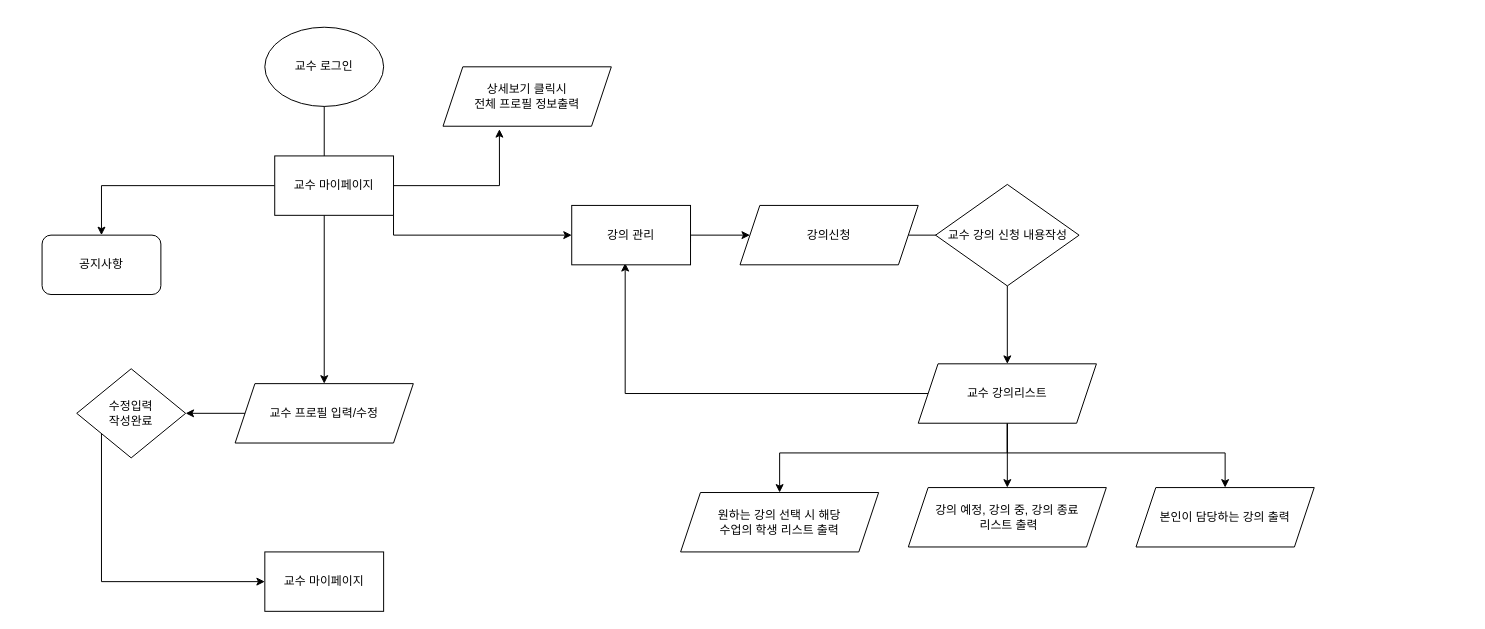
This is 제목 없는 다이어그램.drawio from zkti123/sql, a draw.io file, before an edit. Source tidied: cells renumbered, new cells numbered last; positions are measured from the earlier drawing's top-left corner, leaving out a move shared by most shapes. Both pictures are drawn from the tidied source at 99%, with x=0, y=0 at pixel (42, 27).
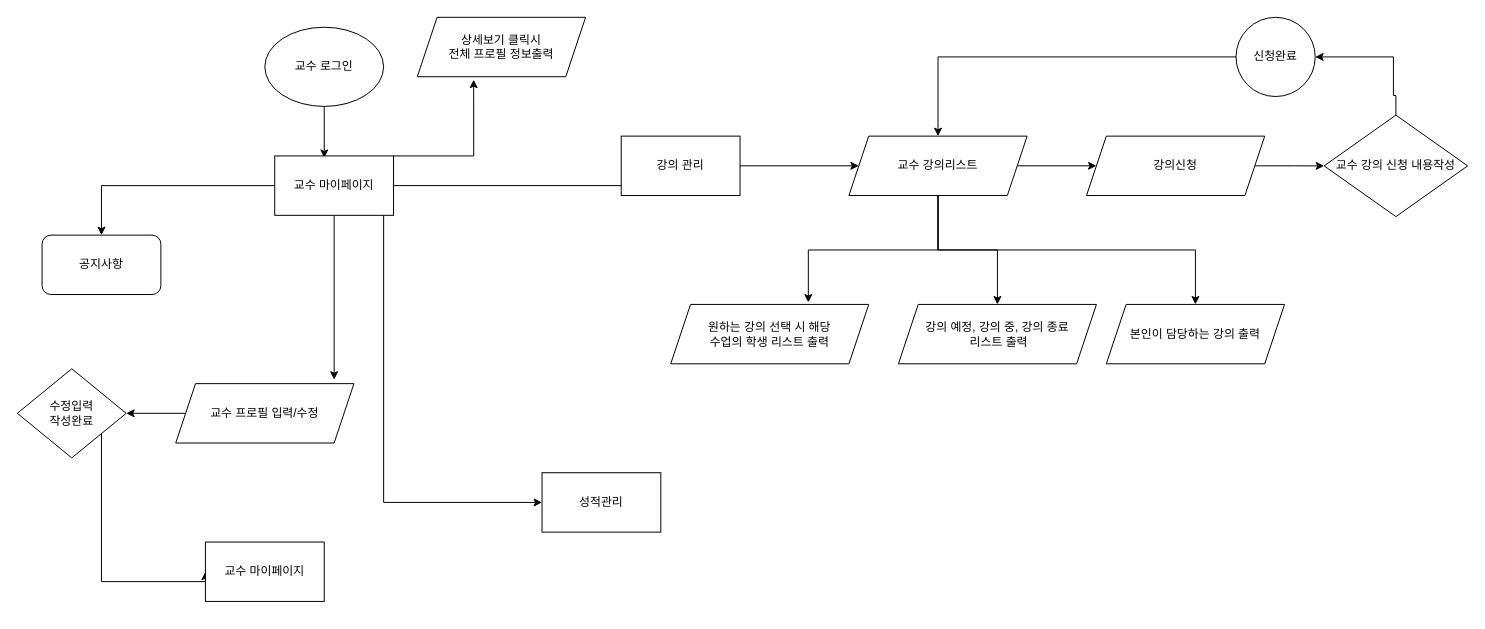
After the change.

Commit message:
제목 없는 다이어그램.drawio 업데이트

The change refers to these unchanged cells:
```xml
<mxCell id="2" value="교수 로그인" style="ellipse;whiteSpace=wrap;html=1;" parent="1" vertex="1">
  <mxGeometry x="225" width="120" height="80" as="geometry" />
</mxCell>
<mxCell id="8" value="교수 마이페이지" style="rounded=0;whiteSpace=wrap;html=1;" parent="1" vertex="1">
  <mxGeometry x="235" y="130" width="120" height="60" as="geometry" />
</mxCell>
```

The edit, as a diff of the source:
```diff
@@
+    <mxCell id="29" style="edgeStyle=orthogonalEdgeStyle;rounded=0;jettySize=auto;html=1;exitX=0.5;exitY=1;exitDx=0;exitDy=0;entryX=0.417;entryY=0.033;entryDx=0;entryDy=0;entryPerimeter=0;" parent="1" edge="1" source="2" target="8">
+      <mxGeometry relative="1" as="geometry" />
+    </mxCell>
@@
-    <mxCell id="3" style="edgeStyle=orthogonalEdgeStyle;rounded=0;jettySize=auto;html=1;exitX=0.5;exitY=1;exitDx=0;exitDy=0;exitPerimeter=0;entryX=0.5;entryY=0;entryDx=0;entryDy=0;" parent="1" edge="1" source="2" target="4">
-      <mxGeometry relative="1" as="geometry" />
-    </mxCell>
     <mxCell id="4" value="교수 프로필 입력/수정" style="shape=parallelogram;perimeter=parallelogramPerimeter;whiteSpace=wrap;html=1;fixedSize=1;" parent="1" vertex="1">
-      <mxGeometry x="195" y="360" width="180" height="60" as="geometry" />
+      <mxGeometry x="135" y="360" width="180" height="60" as="geometry" />
     </mxCell>
@@
     <mxCell id="6" style="edgeStyle=orthogonalEdgeStyle;rounded=0;jettySize=auto;html=1;exitX=1;exitY=0.5;exitDx=0;exitDy=0;entryX=0.335;entryY=1.05;entryDx=0;entryDy=0;entryPerimeter=0;" parent="1" edge="1" source="8" target="24">
-      <mxGeometry relative="1" as="geometry" />
+      <mxGeometry relative="1" as="geometry">
+        <Array as="points">
+          <mxPoint x="355" y="130" />
+          <mxPoint x="436" y="130" />
+        </Array>
+      </mxGeometry>
     </mxCell>
-    <mxCell id="7" style="edgeStyle=orthogonalEdgeStyle;rounded=0;jettySize=auto;html=1;entryX=0;entryY=0.5;entryDx=0;entryDy=0;" parent="1" edge="1" source="8" target="28">
-      <mxGeometry relative="1" as="geometry">
-        <Array as="points">
-          <mxPoint x="355" y="210" />
-        </Array>
-      </mxGeometry>
+    <mxCell id="7" style="edgeStyle=orthogonalEdgeStyle;rounded=0;jettySize=auto;html=1;entryX=0.083;entryY=0.833;entryDx=0;entryDy=0;entryPerimeter=0;" parent="1" edge="1" source="8" target="28">
+      <mxGeometry relative="1" as="geometry" />
     </mxCell>
+    <mxCell id="30" style="edgeStyle=orthogonalEdgeStyle;rounded=0;jettySize=auto;html=1;entryX=0.889;entryY=-0.067;entryDx=0;entryDy=0;entryPerimeter=0;" parent="1" edge="1" source="8" target="4">
+      <mxGeometry relative="1" as="geometry">
+        <Array as="points">
+          <mxPoint x="295" y="356" />
+          <mxPoint x="295" y="356" />
+        </Array>
+      </mxGeometry>
+    </mxCell>
+    <mxCell id="31" style="edgeStyle=orthogonalEdgeStyle;rounded=0;jettySize=auto;html=1;" parent="1" edge="1" source="8" target="37">
+      <mxGeometry relative="1" as="geometry">
+        <Array as="points">
+          <mxPoint x="345" y="480" />
+        </Array>
+      </mxGeometry>
+    </mxCell>
@@
     <mxCell id="10" value="수정입력&lt;br&gt;작성완료" style="rhombus;whiteSpace=wrap;html=1;" parent="1" vertex="1">
-      <mxGeometry x="35" y="345" width="110" height="90" as="geometry" />
+      <mxGeometry x="-25" y="345" width="110" height="90" as="geometry" />
     </mxCell>
@@
     <mxCell id="12" value="교수 마이페이지" style="rounded=0;whiteSpace=wrap;html=1;" parent="1" vertex="1">
-      <mxGeometry x="225" y="530" width="120" height="60" as="geometry" />
+      <mxGeometry x="165" y="520" width="120" height="60" as="geometry" />
     </mxCell>
@@
-    <mxCell id="14" style="edgeStyle=orthogonalEdgeStyle;rounded=0;jettySize=auto;html=1;entryX=0;entryY=0.5;entryDx=0;entryDy=0;exitX=1;exitY=0.621;exitDx=0;exitDy=0;exitPerimeter=0;" parent="1" edge="1" source="28" target="16">
-      <mxGeometry relative="1" as="geometry">
-        <Array as="points">
-          <mxPoint x="655" y="210" />
-        </Array>
-      </mxGeometry>
-    </mxCell>
@@
     <mxCell id="16" value="강의신청" style="shape=parallelogram;perimeter=parallelogramPerimeter;whiteSpace=wrap;html=1;fixedSize=1;" parent="1" vertex="1">
-      <mxGeometry x="705" y="180" width="180" height="60" as="geometry" />
+      <mxGeometry x="1055" y="110" width="180" height="60" as="geometry" />
     </mxCell>
-    <mxCell id="17" style="edgeStyle=orthogonalEdgeStyle;rounded=0;jettySize=auto;html=1;" parent="1" edge="1" source="18" target="23">
-      <mxGeometry relative="1" as="geometry" />
-    </mxCell>
+    <mxCell id="32" style="edgeStyle=orthogonalEdgeStyle;rounded=0;jettySize=auto;html=1;entryX=1;entryY=0.5;entryDx=0;entryDy=0;" parent="1" edge="1" source="18" target="36">
+      <mxGeometry relative="1" as="geometry">
+        <Array as="points">
+          <mxPoint x="1368" y="69" />
+          <mxPoint x="1365" y="69" />
+          <mxPoint x="1365" y="30" />
+        </Array>
+      </mxGeometry>
+    </mxCell>
     <mxCell id="18" value="교수 강의 신청 내용작성" style="rhombus;whiteSpace=wrap;html=1;" parent="1" vertex="1">
-      <mxGeometry x="902.5" y="158.8" width="145" height="102.5" as="geometry" />
+      <mxGeometry x="1295" y="88.8" width="145" height="102.5" as="geometry" />
     </mxCell>
-    <mxCell id="19" style="edgeStyle=orthogonalEdgeStyle;rounded=0;jettySize=auto;html=1;exitX=0;exitY=0.5;exitDx=0;exitDy=0;entryX=0.45;entryY=0.971;entryDx=0;entryDy=0;entryPerimeter=0;" parent="1" edge="1" source="23" target="28">
-      <mxGeometry relative="1" as="geometry" />
-    </mxCell>
+    <mxCell id="33" style="edgeStyle=orthogonalEdgeStyle;rounded=0;jettySize=auto;html=1;" parent="1" edge="1" source="23" target="16">
+      <mxGeometry relative="1" as="geometry" />
+    </mxCell>
-    <mxCell id="20" style="edgeStyle=orthogonalEdgeStyle;rounded=0;jettySize=auto;html=1;entryX=0.5;entryY=0;entryDx=0;entryDy=0;" parent="1" edge="1" source="23" target="27">
+    <mxCell id="20" style="edgeStyle=orthogonalEdgeStyle;rounded=0;jettySize=auto;html=1;" parent="1" edge="1" source="23" target="27">
       <mxGeometry relative="1" as="geometry" />
     </mxCell>
-    <mxCell id="21" style="edgeStyle=orthogonalEdgeStyle;rounded=0;jettySize=auto;html=1;entryX=0.5;entryY=0;entryDx=0;entryDy=0;" parent="1" edge="1" source="23" target="26">
-      <mxGeometry relative="1" as="geometry">
-        <Array as="points">
-          <mxPoint x="975" y="430" />
-          <mxPoint x="745" y="430" />
-        </Array>
-      </mxGeometry>
+    <mxCell id="21" style="edgeStyle=orthogonalEdgeStyle;rounded=0;jettySize=auto;html=1;entryX=0.695;entryY=-0.033;entryDx=0;entryDy=0;entryPerimeter=0;" parent="1" edge="1" source="23" target="26">
+      <mxGeometry relative="1" as="geometry" />
     </mxCell>
-    <mxCell id="22" style="edgeStyle=orthogonalEdgeStyle;rounded=0;jettySize=auto;html=1;entryX=0.5;entryY=0;entryDx=0;entryDy=0;" parent="1" edge="1" source="23" target="25">
-      <mxGeometry relative="1" as="geometry">
-        <Array as="points">
-          <mxPoint x="975" y="430" />
-          <mxPoint x="1195" y="430" />
-        </Array>
-      </mxGeometry>
+    <mxCell id="22" style="edgeStyle=orthogonalEdgeStyle;rounded=0;jettySize=auto;html=1;exitX=0.5;exitY=1;exitDx=0;exitDy=0;" parent="1" edge="1" source="23" target="25">
+      <mxGeometry relative="1" as="geometry" />
     </mxCell>
     <mxCell id="23" value="교수 강의리스트" style="shape=parallelogram;perimeter=parallelogramPerimeter;whiteSpace=wrap;html=1;fixedSize=1;" parent="1" vertex="1">
-      <mxGeometry x="885" y="340" width="180" height="60" as="geometry" />
+      <mxGeometry x="815" y="110" width="180" height="60" as="geometry" />
     </mxCell>
     <mxCell id="24" value="상세보기 클릭시&lt;br&gt;전체 프로필 정보출력" style="shape=parallelogram;perimeter=parallelogramPerimeter;whiteSpace=wrap;html=1;fixedSize=1;" parent="1" vertex="1">
-      <mxGeometry x="405" y="40" width="170" height="60" as="geometry" />
+      <mxGeometry x="379" y="-10" width="170" height="60" as="geometry" />
     </mxCell>
     <mxCell id="25" value="본인이 담당하는 강의 출력" style="shape=parallelogram;perimeter=parallelogramPerimeter;whiteSpace=wrap;html=1;fixedSize=1;" parent="1" vertex="1">
-      <mxGeometry x="1105" y="465" width="180" height="60" as="geometry" />
+      <mxGeometry x="1075" y="280" width="180" height="60" as="geometry" />
     </mxCell>
     <mxCell id="26" value="원하는 강의 선택 시 해당 &lt;br&gt;수업의 학생 리스트 출력" style="shape=parallelogram;perimeter=parallelogramPerimeter;whiteSpace=wrap;html=1;fixedSize=1;" parent="1" vertex="1">
-      <mxGeometry x="645" y="470" width="200" height="60" as="geometry" />
+      <mxGeometry x="635" y="280" width="200" height="60" as="geometry" />
     </mxCell>
     <mxCell id="27" value="강의 예정, 강의 중, 강의 종료&lt;br&gt;&amp;nbsp;리스트 출력" style="shape=parallelogram;perimeter=parallelogramPerimeter;whiteSpace=wrap;html=1;fixedSize=1;" parent="1" vertex="1">
-      <mxGeometry x="875" y="465" width="200" height="60" as="geometry" />
+      <mxGeometry x="865" y="280" width="200" height="60" as="geometry" />
     </mxCell>
+    <mxCell id="34" style="edgeStyle=orthogonalEdgeStyle;rounded=0;jettySize=auto;html=1;entryX=0;entryY=0.5;entryDx=0;entryDy=0;" parent="1" edge="1" source="28" target="23">
+      <mxGeometry relative="1" as="geometry" />
+    </mxCell>
     <mxCell id="28" value="강의 관리" style="rounded=0;whiteSpace=wrap;html=1;" parent="1" vertex="1">
-      <mxGeometry x="535" y="180" width="120" height="60" as="geometry" />
+      <mxGeometry x="585" y="110" width="120" height="60" as="geometry" />
     </mxCell>
+    <mxCell id="35" style="edgeStyle=orthogonalEdgeStyle;rounded=0;jettySize=auto;html=1;" parent="1" edge="1" source="36" target="23">
+      <mxGeometry relative="1" as="geometry" />
+    </mxCell>
+    <mxCell id="36" value="신청완료" style="ellipse;whiteSpace=wrap;html=1;" parent="1" vertex="1">
+      <mxGeometry x="1206" y="-10" width="80" height="80" as="geometry" />
+    </mxCell>
+    <mxCell id="37" value="성적관리" style="rounded=0;whiteSpace=wrap;html=1;" parent="1" vertex="1">
+      <mxGeometry x="505" y="450" width="120" height="60" as="geometry" />
+    </mxCell>
```
